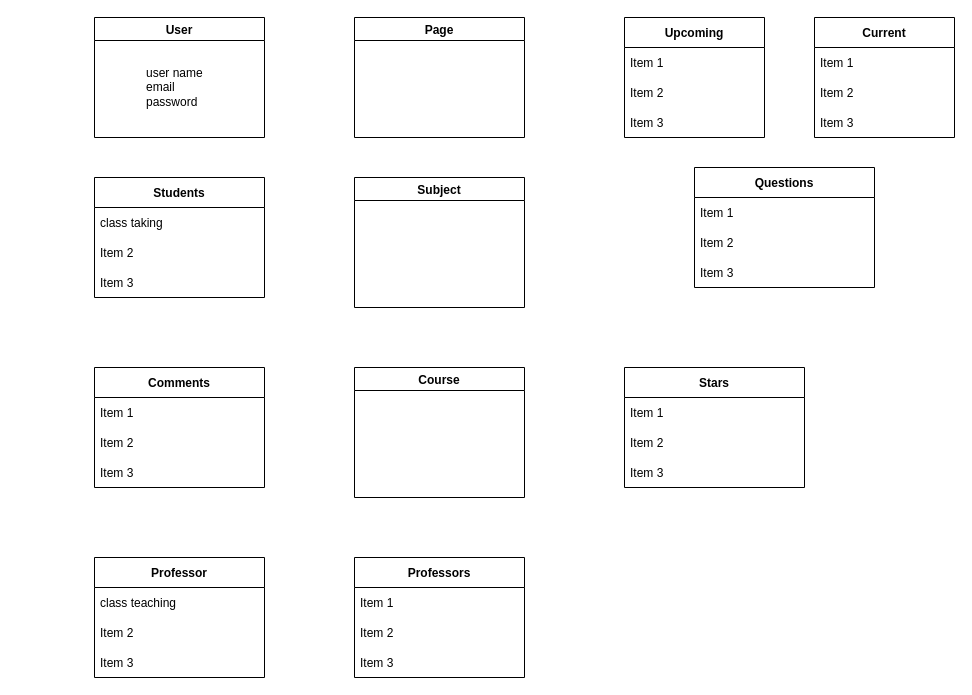
I-Dont-Want-An-F/Project keeps this draw.io diagram as Domain Model.drawio. Above is the earlier version. Source tidied: cells renumbered, new cells numbered last; positions are measured from the earlier drawing's top-left corner, leaving out a move shared by most shapes. Both pictures are drawn from the tidied source at 100%, with x=0, y=0 at pixel (94, 17).
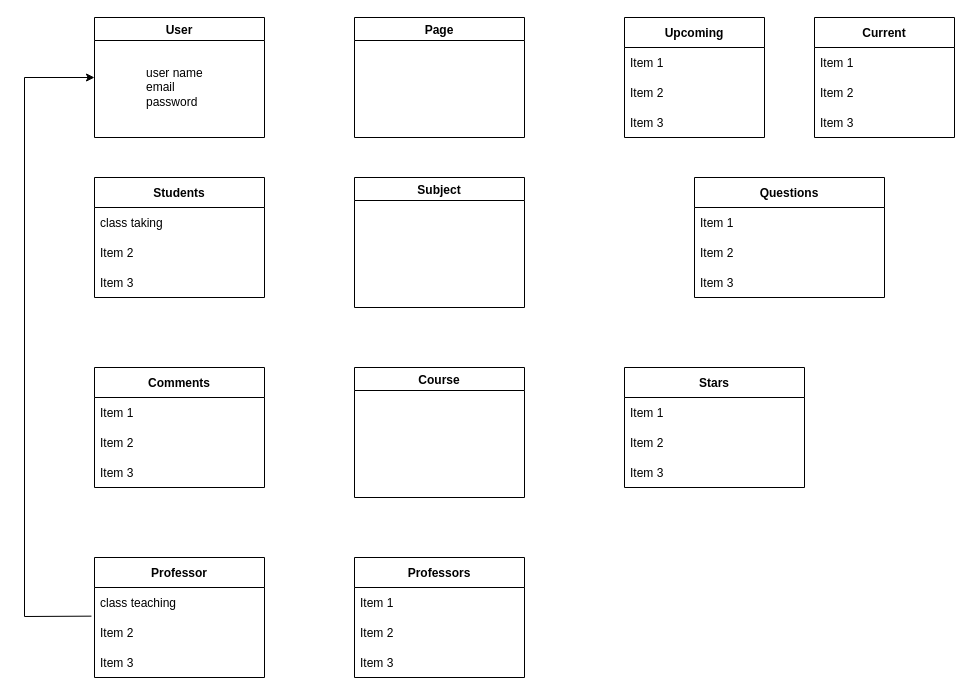
After the change.

Unchanged cells that the change refers to:
```xml
<mxCell id="6" value="Item 2" style="text;strokeColor=none;fillColor=none;align=left;verticalAlign=middle;spacingLeft=4;spacingRight=4;overflow=hidden;points=[[0,0.5],[1,0.5]];portConstraint=eastwest;" parent="4" vertex="1">
  <mxGeometry y="60" width="170" height="30" as="geometry" />
</mxCell>
```

What changed in the source:
```diff
@@
     <mxCell id="23" value="Questions" style="swimlane;fontStyle=1;horizontal=1;startSize=30;" parent="1" vertex="1">
-      <mxGeometry x="600" y="150" width="180" height="120" as="geometry" />
+      <mxGeometry x="600" y="160" width="190" height="120" as="geometry" />
     </mxCell>
     <mxCell id="24" value="Item 1" style="text;strokeColor=none;fillColor=none;align=left;verticalAlign=middle;spacingLeft=4;spacingRight=4;overflow=hidden;" parent="23" vertex="1">
-      <mxGeometry y="30" width="180" height="30" as="geometry" />
+      <mxGeometry y="30" width="190" height="30" as="geometry" />
     </mxCell>
     <mxCell id="25" value="Item 2" style="text;strokeColor=none;fillColor=none;align=left;verticalAlign=middle;spacingLeft=4;spacingRight=4;overflow=hidden;" parent="23" vertex="1">
-      <mxGeometry y="60" width="180" height="30" as="geometry" />
+      <mxGeometry y="60" width="190" height="30" as="geometry" />
     </mxCell>
     <mxCell id="26" value="Item 3" style="text;strokeColor=none;fillColor=none;align=left;verticalAlign=middle;spacingLeft=4;spacingRight=4;overflow=hidden;" parent="23" vertex="1">
-      <mxGeometry y="90" width="180" height="30" as="geometry" />
+      <mxGeometry y="90" width="190" height="30" as="geometry" />
     </mxCell>
@@
+    <mxCell id="39" style="endArrow=classic;html=1;rounded=0;exitX=-0.018;exitY=-0.045;exitDx=0;exitDy=0;exitPerimeter=0;" parent="1" edge="1" source="6">
+      <mxGeometry relative="1" as="geometry">
+        <mxPoint y="60" as="targetPoint" />
+        <Array as="points">
+          <mxPoint x="-70" y="599" />
+          <mxPoint x="-70" y="60" />
+        </Array>
+      </mxGeometry>
+    </mxCell>
```
